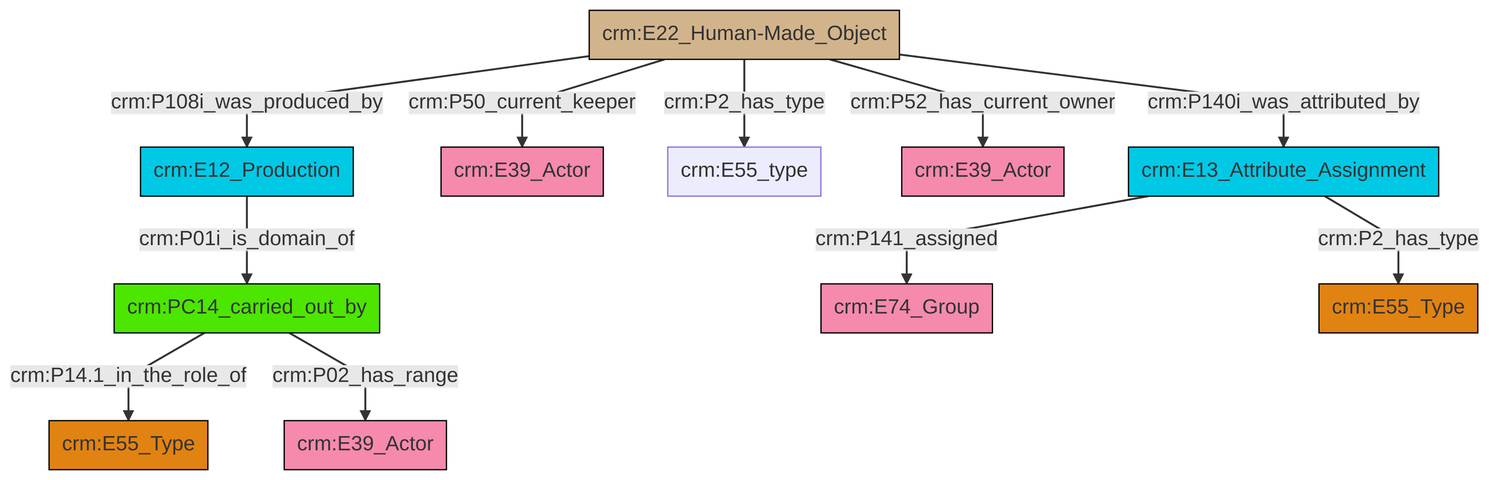
This is et/artworkCSV/ttl/mmd/png/Artwork_Actor_Relations.png from swiss-art-research-net/docs.swissartresearch, a Mermaid export, as it was before one commit. Its source is kept beside it as et/artworkCSV/ttl/mmd/Artwork_Actor_Relations.ttl.mmd.
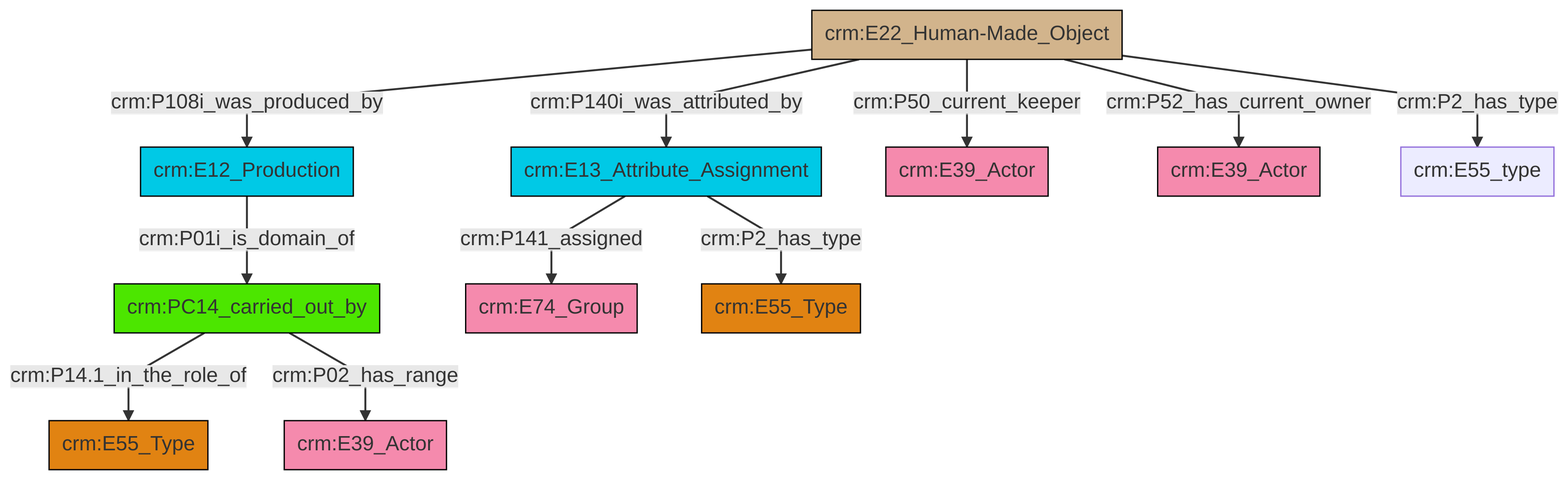
The same file after the commit.

Diff of the diagram source:
```diff
@@ -13,13 +13,13 @@
 classDef PC_Classes fill:#4ce600, stroke:#000000;
 classDef Multi fill:#cccccc,stroke:#000000;
 
-2["crm:E13_Attribute_Assignment"]:::Temporal_Entity -->|crm:P141_assigned| 3["crm:E74_Group"]:::Actor
-4["crm:E22_Human-Made_Object"]:::Physical_Thing -->|crm:P108i_was_produced_by| 5["crm:E12_Production"]:::Temporal_Entity
-4["crm:E22_Human-Made_Object"]:::Physical_Thing -->|crm:P50_current_keeper| 6["crm:E39_Actor"]:::Actor
-7["crm:PC14_carried_out_by"]:::PC_Classes -->|crm:P14.1_in_the_role_of| 8["crm:E55_Type"]:::Type
-7["crm:PC14_carried_out_by"]:::PC_Classes -->|crm:P02_has_range| 0["crm:E39_Actor"]:::Actor
-4["crm:E22_Human-Made_Object"]:::Physical_Thing -->|crm:P2_has_type| 9["crm:E55_type"]:::Default
-4["crm:E22_Human-Made_Object"]:::Physical_Thing -->|crm:P52_has_current_owner| 18["crm:E39_Actor"]:::Actor
-2["crm:E13_Attribute_Assignment"]:::Temporal_Entity -->|crm:P2_has_type| 13["crm:E55_Type"]:::Type
-5["crm:E12_Production"]:::Temporal_Entity -->|crm:P01i_is_domain_of| 7["crm:PC14_carried_out_by"]:::PC_Classes
-4["crm:E22_Human-Made_Object"]:::Physical_Thing -->|crm:P140i_was_attributed_by| 2["crm:E13_Attribute_Assignment"]:::Temporal_Entity
+6["crm:E22_Human-Made_Object"]:::Physical_Thing -->|crm:P140i_was_attributed_by| 4["crm:E13_Attribute_Assignment"]:::Temporal_Entity
+0["crm:E12_Production"]:::Temporal_Entity -->|crm:P01i_is_domain_of| 7["crm:PC14_carried_out_by"]:::PC_Classes
+6["crm:E22_Human-Made_Object"]:::Physical_Thing -->|crm:P52_has_current_owner| 14["crm:E39_Actor"]:::Actor
+6["crm:E22_Human-Made_Object"]:::Physical_Thing -->|crm:P50_current_keeper| 12["crm:E39_Actor"]:::Actor
+4["crm:E13_Attribute_Assignment"]:::Temporal_Entity -->|crm:P141_assigned| 8["crm:E74_Group"]:::Actor
+7["crm:PC14_carried_out_by"]:::PC_Classes -->|crm:P14.1_in_the_role_of| 2["crm:E55_Type"]:::Type
+7["crm:PC14_carried_out_by"]:::PC_Classes -->|crm:P02_has_range| 10["crm:E39_Actor"]:::Actor
+6["crm:E22_Human-Made_Object"]:::Physical_Thing -->|crm:P108i_was_produced_by| 0["crm:E12_Production"]:::Temporal_Entity
+6["crm:E22_Human-Made_Object"]:::Physical_Thing -->|crm:P2_has_type| 20["crm:E55_type"]:::Default
+4["crm:E13_Attribute_Assignment"]:::Temporal_Entity -->|crm:P2_has_type| 16["crm:E55_Type"]:::Type
```
